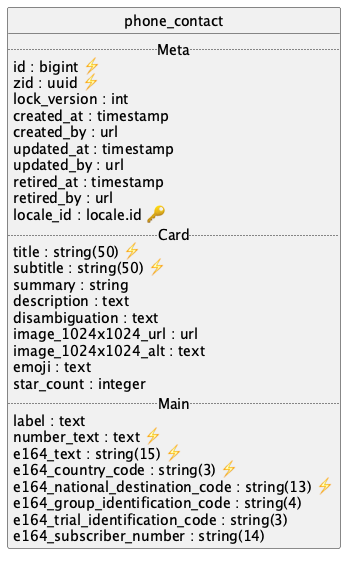
Before: api/phone_contact/uml/uml.png, a diagram exported from PlantUML (contactopensource/contactopensource).
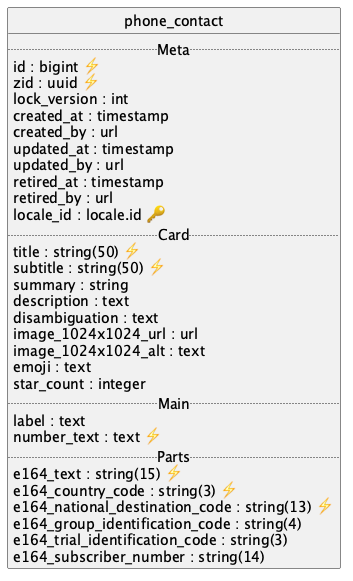
The same file after the commit.

The edit, as a diff of the source:
```diff
@@ -28,6 +28,7 @@
   .. Main ..
   label : text
   number_text : text ⚡
+  .. Parts ..
   e164_text : string(15) ⚡
   e164_country_code : string(3) ⚡
   e164_national_destination_code : string(13) ⚡
```
